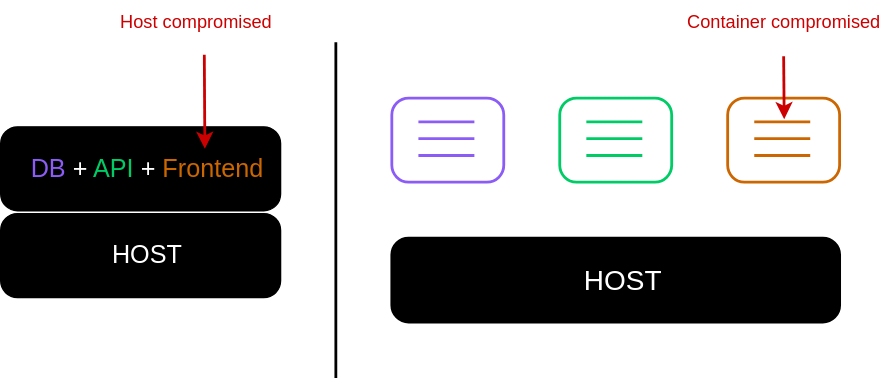
Earlier version of the draw.io export presentation/assets/images/02_virtualization_vs_containerization/component-isolation.svg (Gepardec/containerization-training). Source tidied: cells renumbered, new cells last; positions are measured from the earlier drawing's top-left corner, leaving out a move shared by most shapes.
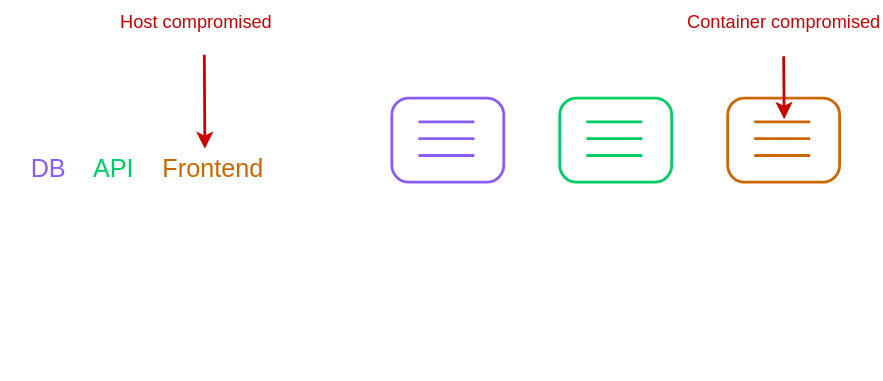
Later version of the same file.

Diff of the diagram source:
```diff
@@ -2,10 +2,10 @@
   <root>
     <mxCell id="0" />
     <mxCell id="1" parent="0" />
-    <mxCell id="2" value="&lt;font style=&quot;color: rgb(139, 92, 246);&quot;&gt;DB&lt;/font&gt; &lt;font style=&quot;color: rgb(255, 255, 255);&quot;&gt;+&lt;/font&gt; &lt;font color=&quot;#00cc66&quot;&gt;API&lt;/font&gt; &lt;font style=&quot;color: rgb(255, 255, 255);&quot;&gt;+&lt;/font&gt;&amp;nbsp;&lt;span style=&quot;color: rgb(204, 102, 0);&quot;&gt;Frontend&lt;/span&gt;" style="rounded=1;whiteSpace=wrap;html=1;arcSize=20;fontSize=18;align=center;perimeterSpacing=0;spacingLeft=10;fillColor=#000000;" parent="1" vertex="1">
+    <mxCell id="2" value="&lt;font style=&quot;color: rgb(139, 92, 246);&quot;&gt;DB&lt;/font&gt; &lt;font style=&quot;color: rgb(255, 255, 255);&quot;&gt;+&lt;/font&gt; &lt;font color=&quot;#00cc66&quot;&gt;API&lt;/font&gt; &lt;font style=&quot;color: rgb(255, 255, 255);&quot;&gt;+&lt;/font&gt;&amp;nbsp;&lt;span style=&quot;color: rgb(204, 102, 0);&quot;&gt;Frontend&lt;/span&gt;" style="rounded=1;whiteSpace=wrap;html=1;arcSize=20;fontSize=18;align=center;perimeterSpacing=0;spacingLeft=10;fillColor=none;strokeColor=#FFFFFF;" parent="1" vertex="1">
       <mxGeometry y="90" width="200" height="60" as="geometry" />
     </mxCell>
-    <mxCell id="3" value="HOST" style="rounded=1;whiteSpace=wrap;html=1;arcSize=20;fontSize=18;align=center;perimeterSpacing=0;spacingLeft=10;fillColor=#000000;fontColor=#FFFFFF;" parent="1" vertex="1">
+    <mxCell id="3" value="HOST" style="rounded=1;whiteSpace=wrap;html=1;arcSize=20;fontSize=18;align=center;perimeterSpacing=0;spacingLeft=10;fillColor=none;fontColor=#FFFFFF;strokeColor=#FFFFFF;" parent="1" vertex="1">
       <mxGeometry y="152" width="200" height="60" as="geometry" />
     </mxCell>
     <mxCell id="4" style="rounded=1;whiteSpace=wrap;html=1;arcSize=20;fontSize=18;align=center;perimeterSpacing=0;spacingLeft=10;strokeColor=#8B5CF6;strokeWidth=2;fillColor=none;" parent="1" vertex="1">
@@ -71,10 +71,10 @@
         <mxPoint x="579" y="111" as="targetPoint" />
       </mxGeometry>
     </mxCell>
-    <mxCell id="16" value="&lt;font style=&quot;font-size: 20px;&quot;&gt;HOST&lt;/font&gt;" style="rounded=1;whiteSpace=wrap;html=1;arcSize=20;fontSize=18;align=center;perimeterSpacing=0;spacingLeft=10;strokeColor=#000000;strokeWidth=2;fillColor=#000000;fontColor=#FFFFFF;" parent="1" vertex="1">
+    <mxCell id="16" value="&lt;font style=&quot;font-size: 20px;&quot;&gt;HOST&lt;/font&gt;" style="rounded=1;whiteSpace=wrap;html=1;arcSize=20;fontSize=18;align=center;perimeterSpacing=0;spacingLeft=10;strokeColor=#FFFFFF;strokeWidth=2;fillColor=none;fontColor=#FFFFFF;" parent="1" vertex="1">
       <mxGeometry x="280" y="170" width="320" height="60" as="geometry" />
     </mxCell>
-    <mxCell id="17" style="endArrow=none;html=1;rounded=0;fontSize=13;fontColor=#000000;strokeColor=#000000;strokeWidth=2;" parent="1" edge="1">
+    <mxCell id="17" style="endArrow=none;html=1;rounded=0;fontSize=13;fontColor=#000000;strokeColor=#FFFFFF;strokeWidth=2;" parent="1" edge="1">
       <mxGeometry relative="1" as="geometry">
         <mxPoint x="240" y="270" as="sourcePoint" />
         <mxPoint x="240" y="30" as="targetPoint" />
```
